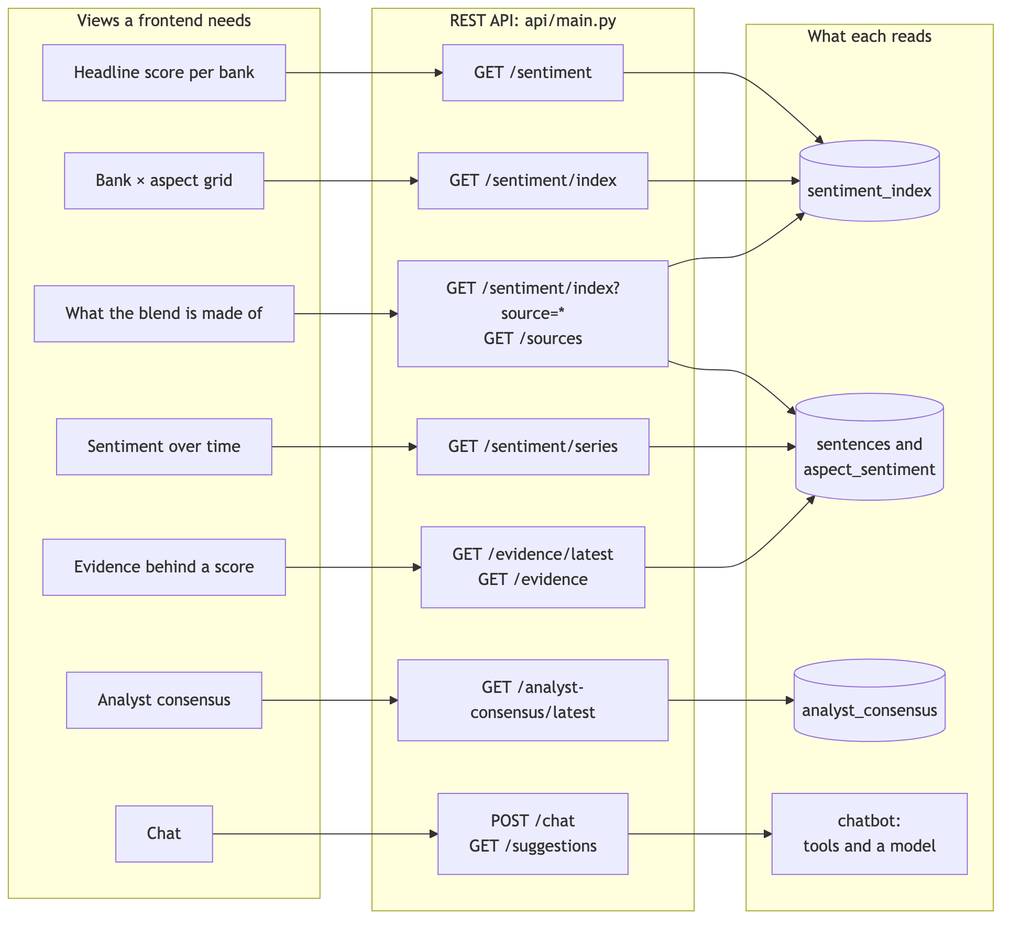
The Mermaid diagram docs/diagrams/img/19-api-for-a-dashboard.png in Gavingyh/plp-project, before a commit. Its source is kept beside it as docs/diagrams/src/19-api-for-a-dashboard.mmd.
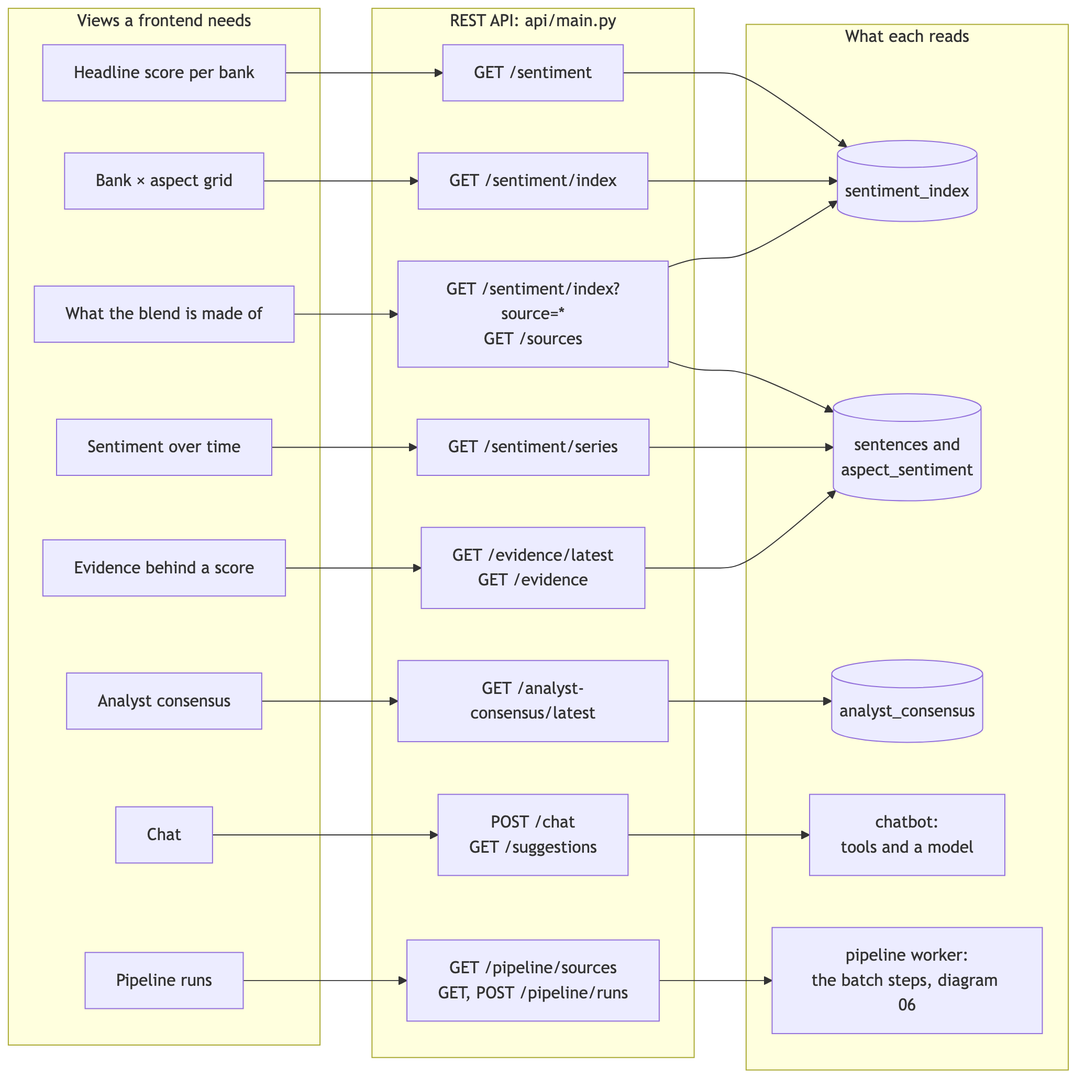
Later version of the same file.

What changed in the source:
```diff
@@ -1,6 +1,6 @@
 flowchart LR
   accTitle: The API behind a dashboard
-  accDescr: Each view a dashboard needs, the API endpoint that feeds it, and what that endpoint reads. The Streamlit dashboard in this repository reads the database directly; this is the contract for any frontend on the API.
+  accDescr: Each view a dashboard needs, the API endpoint that feeds it, and what that endpoint reads. The Streamlit dashboard in this repository reads through the API; this is the contract for it and for any other frontend.
 
   subgraph views["Views a frontend needs"]
     v1["Headline score per bank"]
@@ -10,6 +10,7 @@
     v5["Analyst consensus"]
     v6["Evidence behind a score"]
     v7["Chat"]
+    v8["Pipeline runs"]
   end
 
   subgraph api["REST API: api/main.py"]
@@ -20,6 +21,7 @@
     e5["GET /analyst-consensus/latest"]
     e6["GET /evidence/latest<br/>GET /evidence"]
     e7["POST /chat<br/>GET /suggestions"]
+    e8["GET /pipeline/sources<br/>GET, POST /pipeline/runs"]
   end
 
   subgraph reads["What each reads"]
@@ -27,6 +29,7 @@
     sent[("sentences and<br/>aspect_sentiment")]
     ac[("analyst_consensus")]
     bot["chatbot:<br/>tools and a model"]
+    work["pipeline worker:<br/>the batch steps, diagram 06"]
   end
 
   v1 --> e1
@@ -36,6 +39,7 @@
   v5 --> e5
   v6 --> e6
   v7 --> e7
+  v8 --> e8
   e1 --> idx
   e2 --> idx
   e3 --> idx
@@ -44,3 +48,4 @@
   e5 --> ac
   e6 --> sent
   e7 --> bot
+  e8 --> work
```
